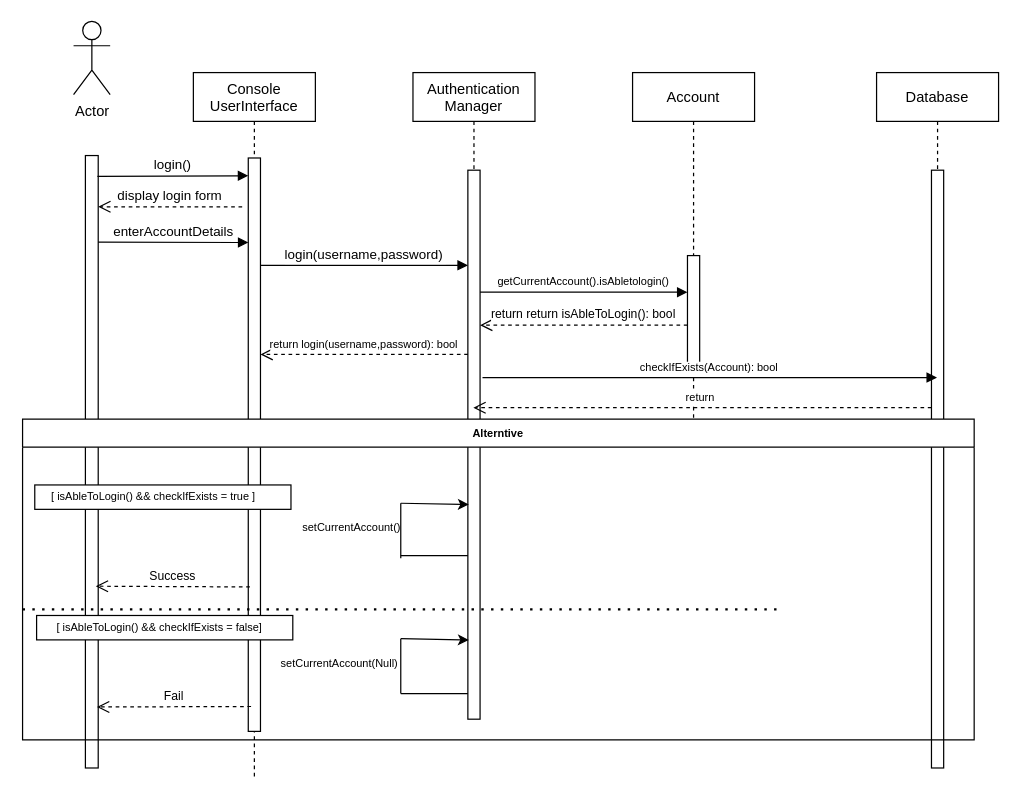
Above: diagrams/loginSequence.drawio in KareemMAX/CarApp (draw.io), before the change. Source tidied: cells renumbered, new cells numbered last; positions are measured from the earlier drawing's top-left corner, leaving out a move shared by most shapes. Both pictures are drawn from the tidied source at 122%, with x=0, y=0 at pixel (22, 21).
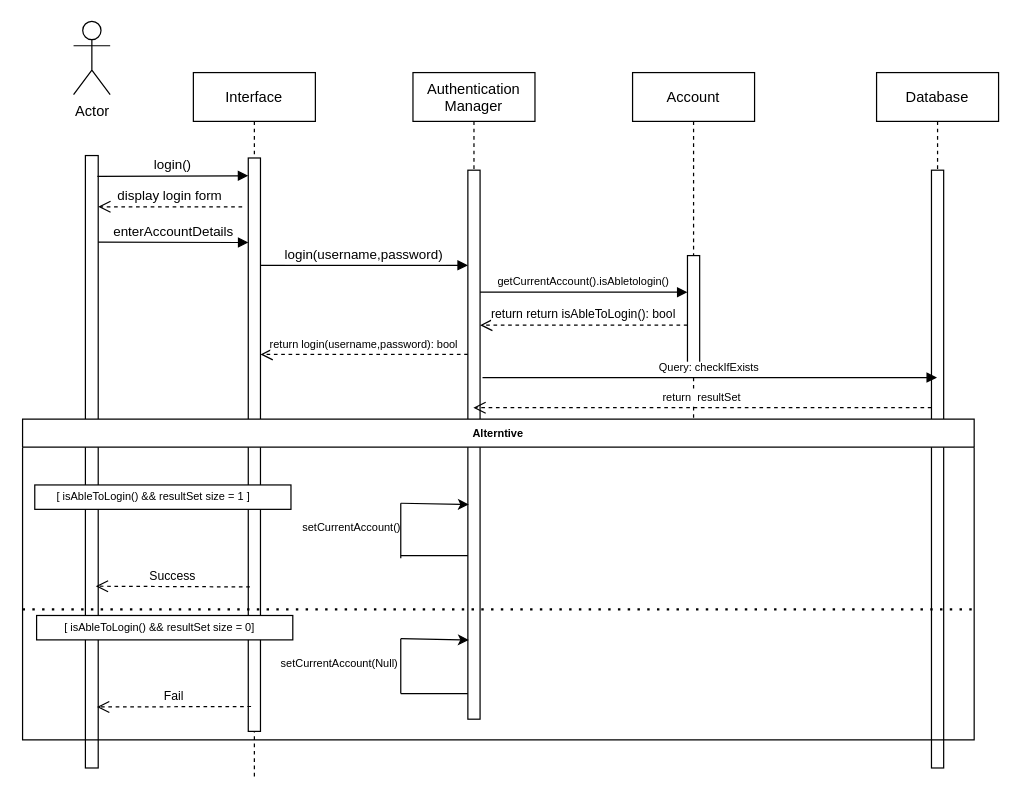
The same diagram, later.

Commit message (it also covers changes not shown here):
Updated UML sequence diagrams authored by @Khaled-Waled

The change refers to these unchanged cells:
```xml
<mxCell id="6" value="Authentication&#10;Manager" style="shape=umlLifeline;perimeter=lifelinePerimeter;rounded=0;shadow=0;strokeWidth=1;" parent="1" vertex="1">
  <mxGeometry x="320" y="42" width="100" height="530" as="geometry" />
</mxCell>
<mxCell id="23" value="Database" style="shape=umlLifeline;perimeter=lifelinePerimeter;rounded=0;shadow=0;strokeWidth=1;" parent="1" vertex="1">
  <mxGeometry x="700" y="42" width="100" height="570" as="geometry" />
</mxCell>
<mxCell id="27" value="Alterntive" style="swimlane;fontSize=9;" parent="1" vertex="1">
  <mxGeometry y="326" width="780" height="263" as="geometry" />
</mxCell>
```

What changed in the source:
```diff
@@
-    <mxCell id="3" value="Console&#10;UserInterface" style="shape=umlLifeline;perimeter=lifelinePerimeter;rounded=0;shadow=0;strokeWidth=1;" parent="1" vertex="1">
+    <mxCell id="3" value="Interface" style="shape=umlLifeline;perimeter=lifelinePerimeter;rounded=0;shadow=0;strokeWidth=1;" parent="1" vertex="1">
       <mxGeometry x="140" y="42" width="100" height="580" as="geometry" />
     </mxCell>
@@
-    <mxCell id="25" value="return " style="verticalAlign=bottom;endArrow=open;dashed=1;endSize=8;exitX=0;exitY=0.95;shadow=0;strokeWidth=1;fontSize=9;" parent="23" edge="1" target="6">
+    <mxCell id="25" value="return  resultSet" style="verticalAlign=bottom;endArrow=open;dashed=1;endSize=8;exitX=0;exitY=0.95;shadow=0;strokeWidth=1;fontSize=9;" parent="23" edge="1" target="6">
       <mxGeometry relative="1" as="geometry">
         <mxPoint x="45" y="274.7" as="sourcePoint" />
       </mxGeometry>
     </mxCell>
-    <mxCell id="26" value="checkIfExists(Account): bool" style="verticalAlign=bottom;endArrow=block;shadow=0;strokeWidth=1;fontSize=9;" parent="1" edge="1" target="23">
+    <mxCell id="26" value="Query: checkIfExists" style="verticalAlign=bottom;endArrow=block;shadow=0;strokeWidth=1;fontSize=9;" parent="1" edge="1" target="23">
       <mxGeometry relative="1" as="geometry">
         <mxPoint x="377" y="292" as="sourcePoint" />
       </mxGeometry>
     </mxCell>
@@
-    <mxCell id="29" value="[ isAbleToLogin() &amp;amp;&amp;amp; checkIfExists = true ]" style="text;html=1;strokeColor=none;fillColor=none;align=center;verticalAlign=middle;whiteSpace=wrap;rounded=0;fontSize=9;" parent="27" vertex="1">
+    <mxCell id="29" value="[ isAbleToLogin() &amp;amp;&amp;amp; resultSet size = 1 ]" style="text;html=1;strokeColor=none;fillColor=none;align=center;verticalAlign=middle;whiteSpace=wrap;rounded=0;fontSize=9;" parent="27" vertex="1">
       <mxGeometry x="10" y="49" width="195" height="30" as="geometry" />
     </mxCell>
@@
     <mxCell id="34" style="endArrow=none;dashed=1;html=1;dashPattern=1 3;strokeWidth=2;rounded=0;fontSize=9;" parent="27" edge="1">
       <mxGeometry relative="1" as="geometry">
         <mxPoint y="156" as="sourcePoint" />
-        <mxPoint x="620" y="156" as="targetPoint" />
+        <mxPoint x="780" y="156" as="targetPoint" />
       </mxGeometry>
     </mxCell>
@@
-    <mxCell id="36" value="[ isAbleToLogin() &amp;amp;&amp;amp; checkIfExists = false]" style="text;html=1;strokeColor=none;fillColor=none;align=center;verticalAlign=middle;whiteSpace=wrap;rounded=0;fontSize=9;" parent="27" vertex="1">
+    <mxCell id="36" value="[ isAbleToLogin() &amp;amp;&amp;amp; resultSet size = 0]" style="text;html=1;strokeColor=none;fillColor=none;align=center;verticalAlign=middle;whiteSpace=wrap;rounded=0;fontSize=9;" parent="27" vertex="1">
       <mxGeometry x="14.5" y="156" width="195" height="30" as="geometry" />
     </mxCell>
```
